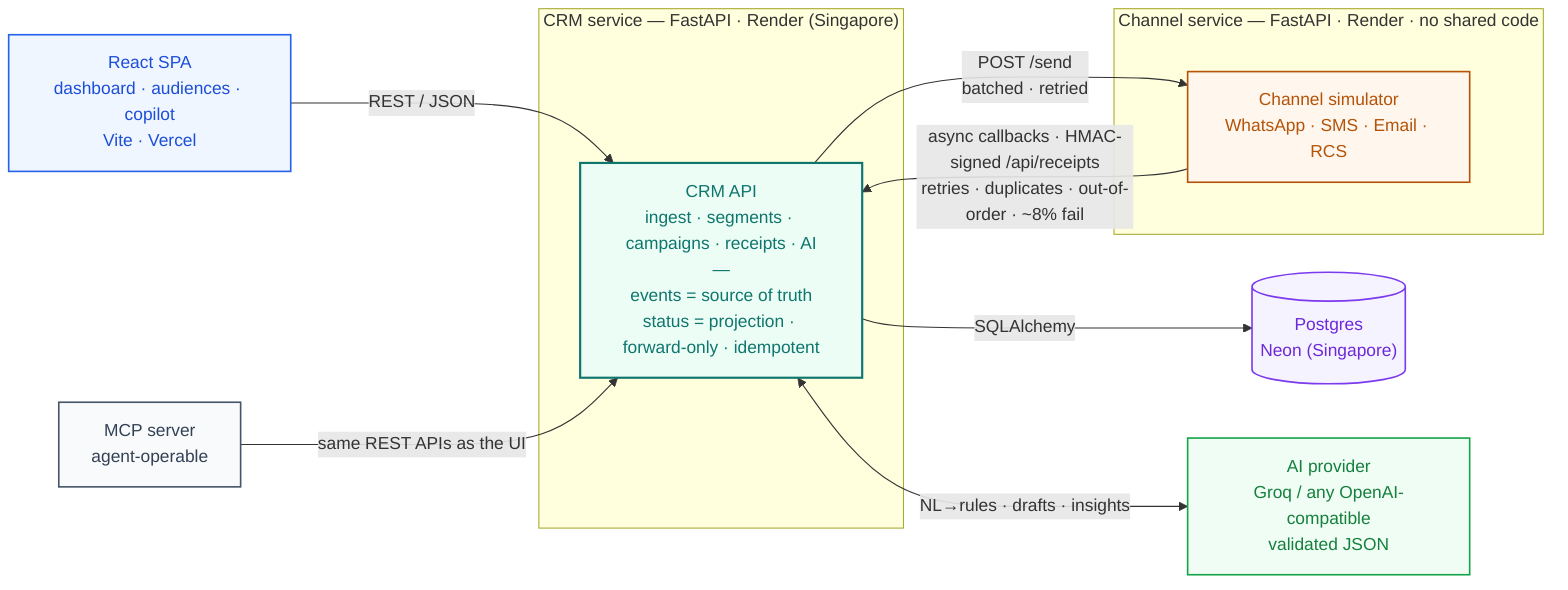
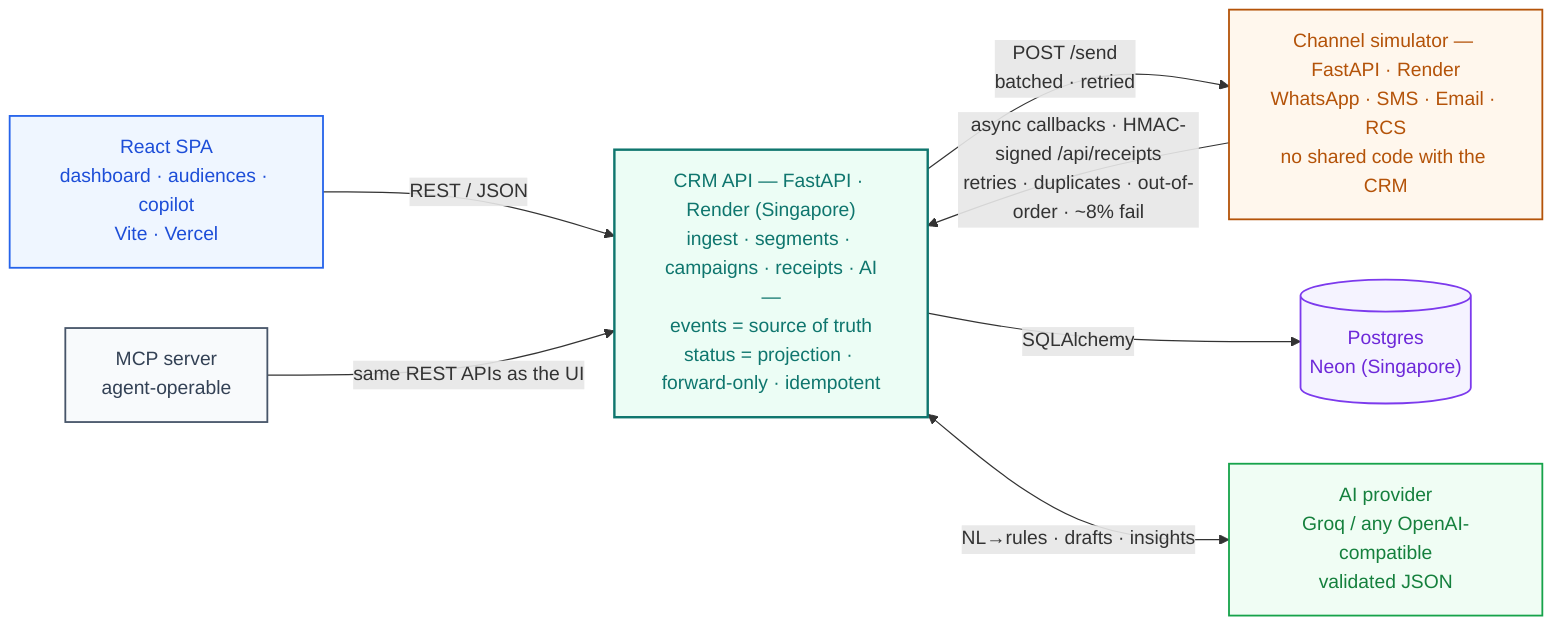
flowchart LR
  classDef client  fill:#eff6ff,stroke:#2563eb,color:#1d4ed8,stroke-width:1.5px;
  classDef crm     fill:#ecfdf5,stroke:#0f766e,color:#0f766e,stroke-width:2px;
  classDef channel fill:#fff7ed,stroke:#b45309,color:#b45309,stroke-width:1.5px;
  classDef data    fill:#f5f3ff,stroke:#7c3aed,color:#6d28d9,stroke-width:1.5px;
  classDef ai      fill:#f0fdf4,stroke:#16a34a,color:#15803d,stroke-width:1.5px;
  classDef agent   fill:#f8fafc,stroke:#475569,color:#334155,stroke-width:1.5px;

  SPA["React SPA<br/>dashboard · audiences · copilot<br/>Vite · Vercel"]:::client

-   subgraph CRM_SVC["CRM service — FastAPI · Render (Singapore)"]
-     CRM["CRM API<br/>ingest · segments · campaigns · receipts · AI<br/>—<br/>events = source of truth<br/>status = projection · forward-only · idempotent"]:::crm
-   end
+   CRM["CRM API — FastAPI · Render (Singapore)<br/>ingest · segments · campaigns · receipts · AI<br/>—<br/>events = source of truth<br/>status = projection · forward-only · idempotent"]:::crm

-   subgraph CH_SVC["Channel service — FastAPI · Render · no shared code"]
-     CH["Channel simulator<br/>WhatsApp · SMS · Email · RCS"]:::channel
-   end
+   CH["Channel simulator — FastAPI · Render<br/>WhatsApp · SMS · Email · RCS<br/>no shared code with the CRM"]:::channel

  DB[("Postgres<br/>Neon (Singapore)")]:::data
  AI["AI provider<br/>Groq / any OpenAI-compatible<br/>validated JSON"]:::ai
  MCP["MCP server<br/>agent-operable"]:::agent

  SPA -- "REST / JSON" --> CRM
  CRM -- "POST /send<br/>batched · retried" --> CH
  CH -- "async callbacks · HMAC-signed /api/receipts<br/>retries · duplicates · out-of-order · ~8% fail" --> CRM
  CRM -- "SQLAlchemy" --> DB
  CRM <-- "NL→rules · drafts · insights" --> AI
  MCP -- "same REST APIs as the UI" --> CRM
